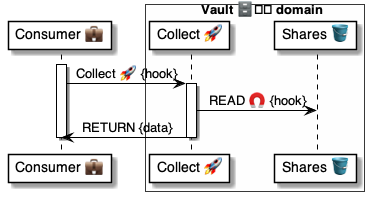
pollyweb-org/pollyweb-docs keeps this PlantUML diagram as 4 ⚙️ Solution/41 🎭 Domain Roles/Vaults 🗄️/🗄️🅰️ Vault methods/Collect 💼🚀🗄️/🗄️ Collect ⚙️ uml.png. Above is the earlier version. Its source is kept beside it as 4 ⚙️ Solution/41 🎭 Domain Roles/Vaults 🗄️/🗄️🅰️ Vault methods/Collect 💼🚀🗄️/🗄️ Collect ⚙️ uml.puml.
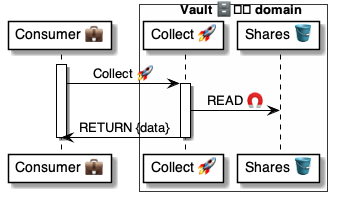
After the change.

Diff of the diagram source:
```diff
@@ -9,9 +9,9 @@
 
 
 activate consumer
-    consumer -> vault: Collect 🚀 {hook}
+    consumer -> vault: Collect 🚀
     activate vault
-        vault -> shares: READ 🧲 {hook}
+        vault -> shares: READ 🧲
         vault -> consumer: RETURN {data}
     deactivate vault
 
```
